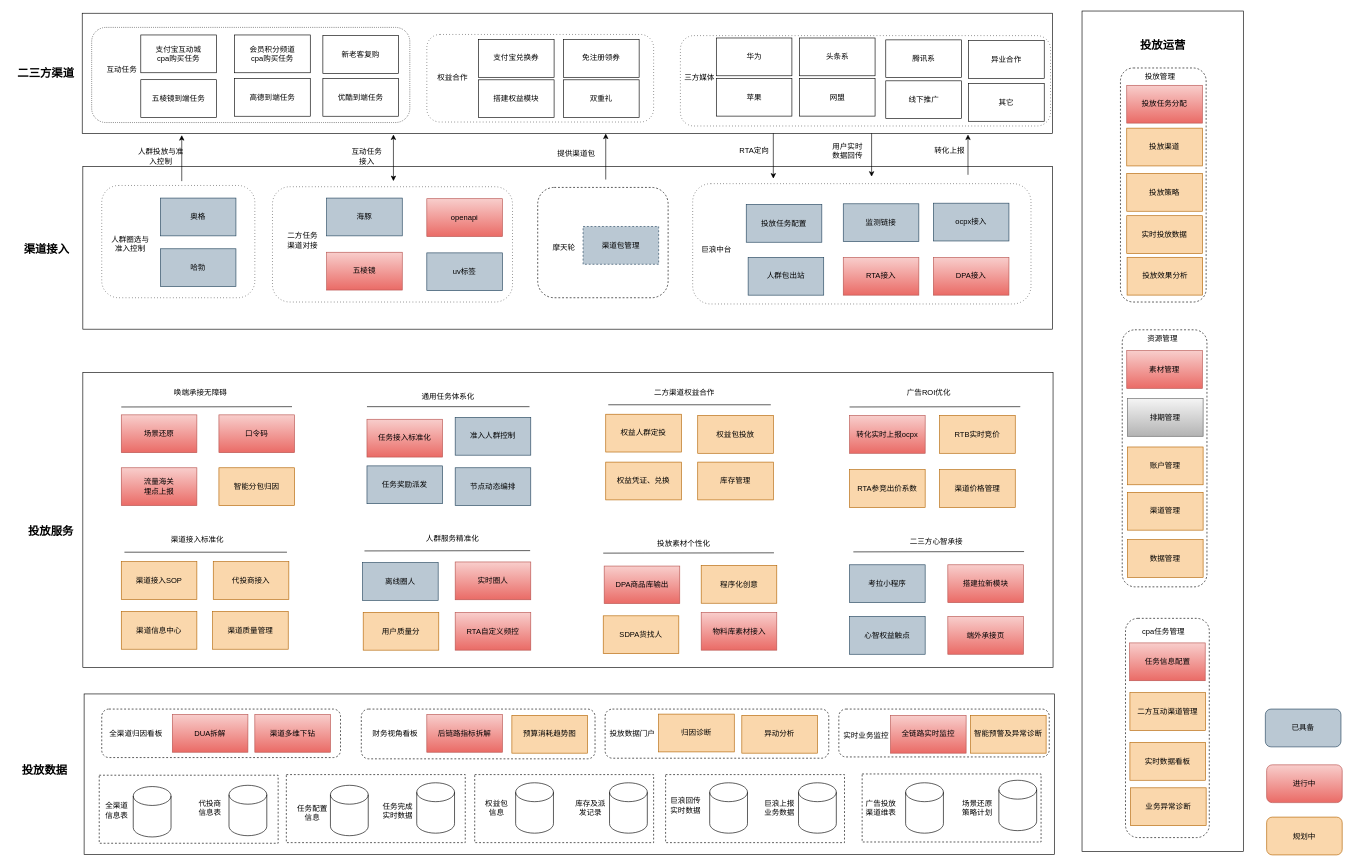
Above: 二三方技术架构.drawio in zengnm/diagrams (draw.io), before the change. Source tidied: cells renumbered, new cells numbered last; positions are measured from the earlier drawing's top-left corner, leaving out a move shared by most shapes. Both pictures are drawn from the tidied source at 63%, with x=0, y=0 at pixel (11, 11).
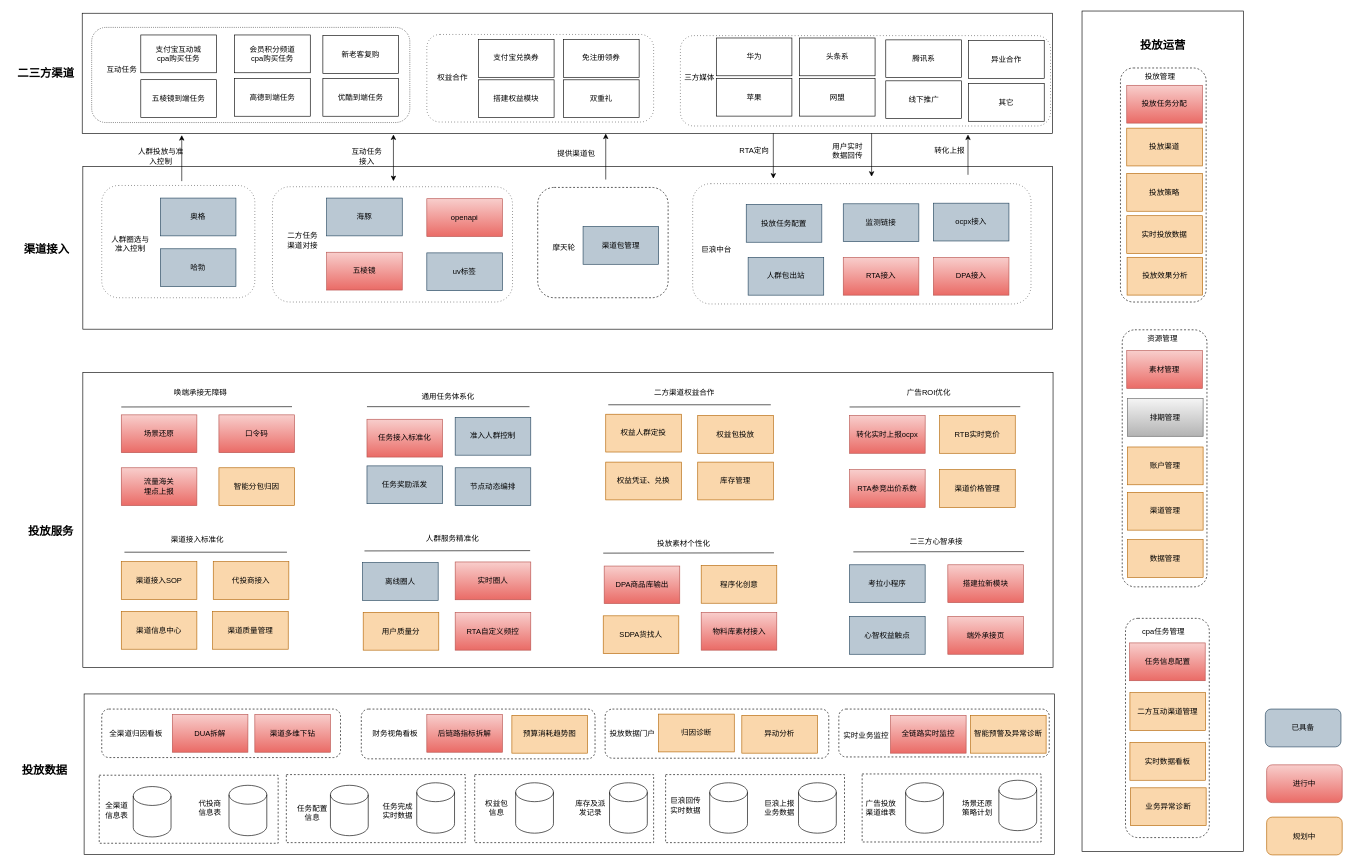
After the change.

Commit message:
Update 二三方技术架构.drawio

What changed in the source:
```diff
@@
-    <mxCell id="128" value="RTA参竞出价系数" style="rounded=0;whiteSpace=wrap;html=1;fillColor=#fad7ac;strokeColor=#b46504;" parent="1" vertex="1">
+    <mxCell id="128" value="RTA参竞出价系数" style="rounded=0;whiteSpace=wrap;html=1;fillColor=#f8cecc;strokeColor=#b85450;gradientColor=#ea6b66;" parent="1" vertex="1">
       <mxGeometry x="1331" y="728" width="120" height="60" as="geometry" />
     </mxCell>
@@
-    <mxCell id="151" value="渠道包管理" style="rounded=0;whiteSpace=wrap;html=1;dashed=1;fillColor=#bac8d3;strokeColor=#23445d;" parent="1" vertex="1">
+    <mxCell id="151" value="渠道包管理" style="rounded=0;whiteSpace=wrap;html=1;fillColor=#bac8d3;strokeColor=#23445d;" parent="1" vertex="1">
       <mxGeometry x="908" y="342" width="120" height="60" as="geometry" />
     </mxCell>
```
